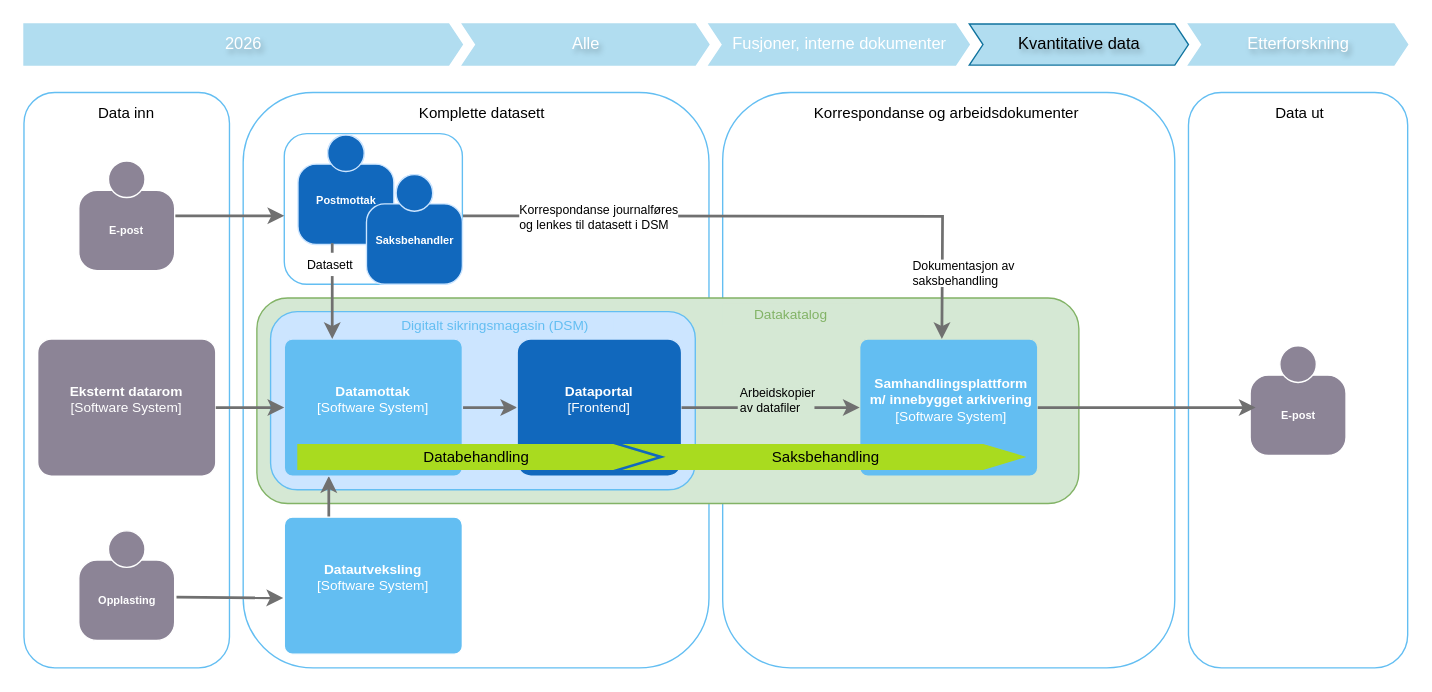
Earlier version of the draw.io diagram page "2028 Kvantitative data" (8 of 9) of dataflyt.drawio (mortenee/draw.io). Source tidied: cells renumbered, new cells numbered last; positions are measured from the earlier drawing's top-left corner, leaving out a move shared by most shapes. Both pictures are drawn from the tidied source at 137%, with x=0, y=0 at pixel (23, 23).
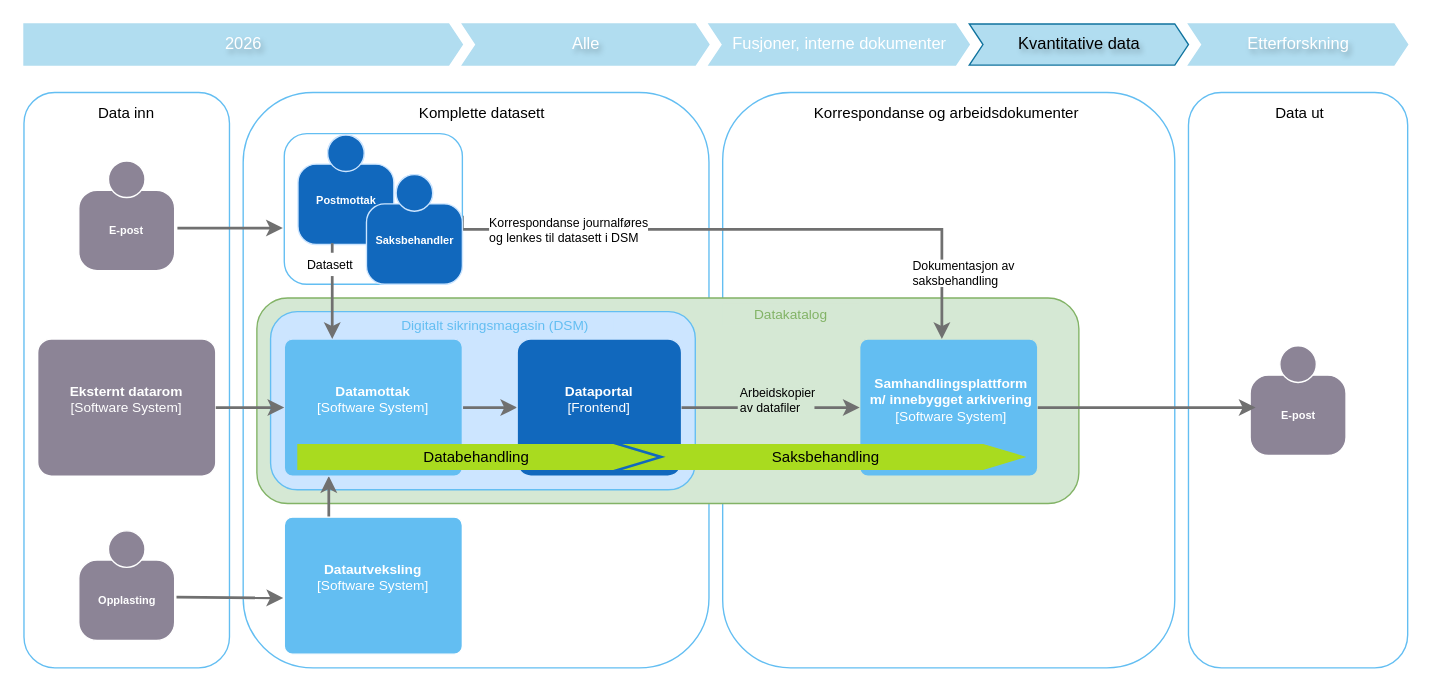
Above is the later version.

Unchanged cells that the change refers to:
```xml
<mxCell id="38" style="rounded=1;whiteSpace=wrap;html=1;labelBorderColor=none;shadow=0;strokeColor=#63BEF2;" parent="1" vertex="1">
  <mxGeometry x="190" y="80" width="130" height="110" as="geometry" />
</mxCell>
<object id="44" label="&lt;b&gt;%c4Name%&lt;/b&gt;&lt;div&gt;%c4Description%&lt;/div&gt;" c4Description="" c4Name="E-post" placeholders="1">
  <mxCell style="html=1;dashed=0;whitespace=wrap;fillColor=#8C8496;strokeColor=#FFFFFF;fontColor=#ffffff;shape=mxgraph.c4.person;align=center;points=[[0.5,0,0],[1,0.5,0],[1,0.75,0],[0.75,1,0],[0.5,1,0],[0.25,1,0],[0,0.75,0],[0,0.5,0]];metaData={&quot;c4Type&quot;:{&quot;editable&quot;:false}};rounded=1;verticalAlign=middle;arcSize=10;fontFamily=Helvetica;fontSize=8;labelBackgroundColor=none;whiteSpace=wrap;" parent="1" vertex="1">
    <mxGeometry x="40" y="100" width="70" height="80" as="geometry" />
  </mxCell>
</object>
```

Change to the diagram source:
```diff
@@
     <mxCell id="22" style="edgeStyle=orthogonalEdgeStyle;rounded=0;orthogonalLoop=1;jettySize=auto;html=1;strokeColor=#707070;strokeWidth=2;fontColor=#707070;exitX=1;exitY=0.5;exitDx=0;exitDy=0;exitPerimeter=0;" parent="1" edge="1">
       <mxGeometry relative="1" as="geometry">
         <mxPoint x="320" y="140" as="sourcePoint" />
         <mxPoint x="670" y="230" as="targetPoint" />
+        <Array as="points">
+          <mxPoint x="320" y="150" />
+          <mxPoint x="670" y="150" />
+        </Array>
       </mxGeometry>
     </mxCell>
     <mxCell id="23" value="Korrespondanse journalføres&lt;div&gt;&lt;span style=&quot;color: light-dark(rgb(0, 0, 0), rgb(255, 255, 255));&quot;&gt;og lenkes&amp;nbsp;&lt;/span&gt;&lt;span style=&quot;color: light-dark(rgb(0, 0, 0), rgb(255, 255, 255));&quot;&gt;til datasett i DSM&lt;/span&gt;&lt;/div&gt;" style="edgeLabel;html=1;align=left;verticalAlign=middle;fontSize=9;" parent="22" vertex="1">
       <mxGeometry x="-0.74" y="-1" relative="1" as="geometry">
-        <mxPoint x="-17" y="-1" as="offset" />
+        <mxPoint x="-29" y="-1" as="offset" />
       </mxGeometry>
     </mxCell>
@@
-    <mxCell id="43" style="edgeStyle=none;rounded=0;jettySize=auto;html=1;strokeColor=#707070;strokeWidth=2;fontColor=#707070;" parent="1" edge="1" source="44">
+    <mxCell id="43" style="edgeStyle=none;rounded=0;jettySize=auto;html=1;strokeColor=#707070;strokeWidth=2;fontColor=#707070;entryX=-0.008;entryY=0.627;entryDx=0;entryDy=0;entryPerimeter=0;" parent="1" edge="1" target="38">
       <mxGeometry relative="1" as="geometry">
-        <mxPoint x="190" y="140" as="targetPoint" />
+        <mxPoint x="112" y="149" as="sourcePoint" />
       </mxGeometry>
     </mxCell>
```
